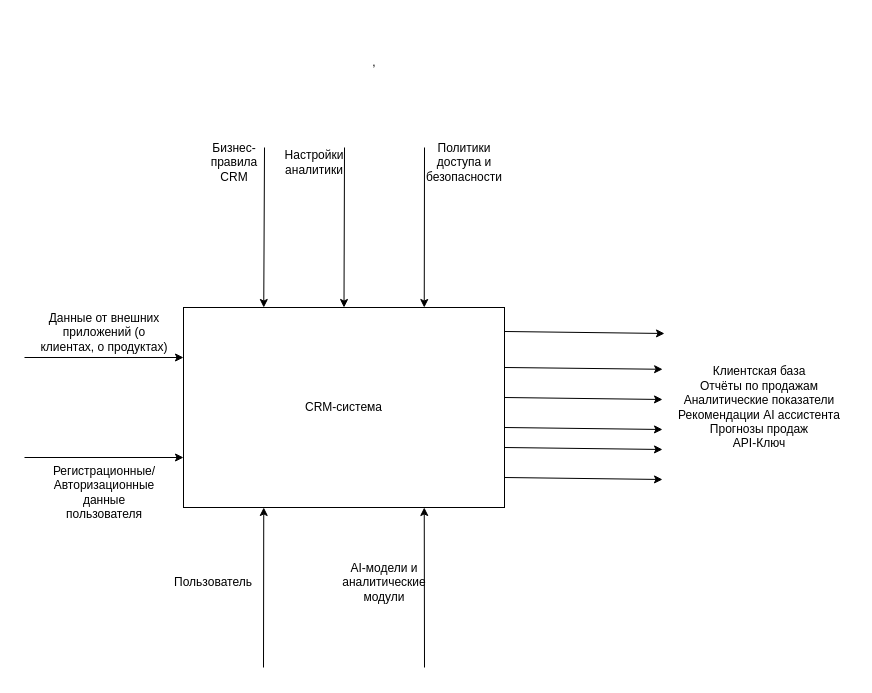
The draw.io diagram docs/src/idef0.drawio in StandartU/ai_crm, before the edit. Source tidied: cells renumbered, new cells numbered last; positions are measured from the earlier drawing's top-left corner, leaving out a move shared by most shapes. Both pictures are drawn from the tidied source at 100%, with x=0, y=0 at pixel (24, 17).
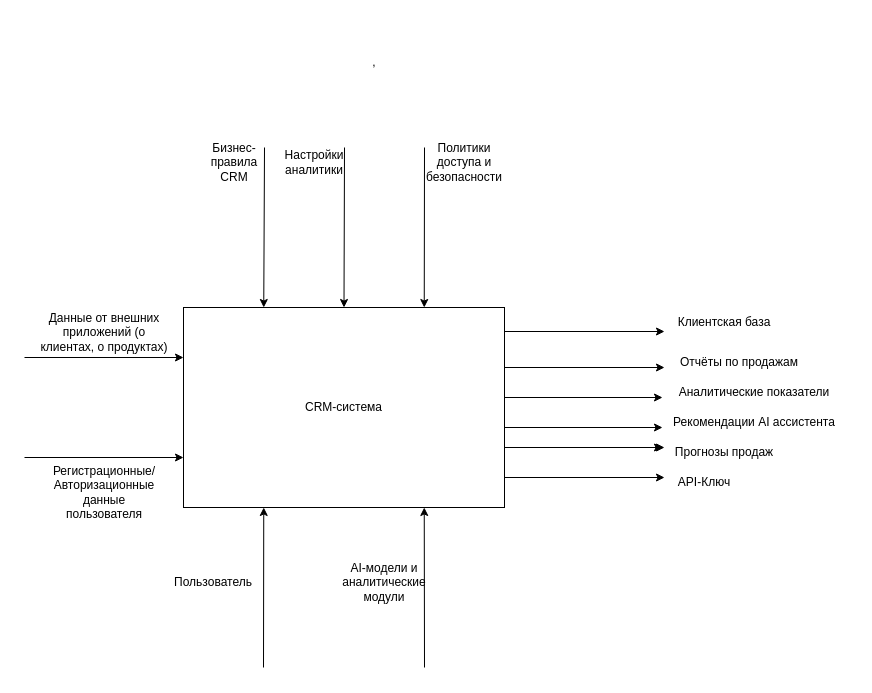
After the change.

What changed in the source:
```diff
@@
-    <mxCell id="5" value="&lt;div&gt;Клиентская база&lt;/div&gt;&lt;div&gt;Отчёты по продажам&lt;/div&gt;&lt;div&gt;Аналитические показатели&lt;/div&gt;&lt;div&gt;Рекомендации AI ассистента&lt;/div&gt;&lt;div&gt;Прогнозы продаж&lt;/div&gt;API-Ключ" style="text;html=1;whiteSpace=wrap;strokeColor=none;fillColor=none;align=center;verticalAlign=middle;rounded=0;" parent="1" vertex="1">
-      <mxGeometry x="650" y="350" width="170" height="80" as="geometry" />
-    </mxCell>
@@
     <mxCell id="19" style="edgeStyle=none;orthogonalLoop=1;jettySize=auto;html=1;rounded=0;exitX=1.006;exitY=0.191;exitDx=0;exitDy=0;exitPerimeter=0;" parent="1" edge="1">
       <mxGeometry relative="1" as="geometry">
         <mxPoint x="480" y="350" as="sourcePoint" />
-        <mxPoint x="638.1" y="351.8" as="targetPoint" />
+        <mxPoint x="640" y="350" as="targetPoint" />
       </mxGeometry>
     </mxCell>
     <mxCell id="20" style="edgeStyle=none;orthogonalLoop=1;jettySize=auto;html=1;rounded=0;exitX=1.006;exitY=0.191;exitDx=0;exitDy=0;exitPerimeter=0;" parent="1" edge="1">
       <mxGeometry relative="1" as="geometry">
         <mxPoint x="480" y="380" as="sourcePoint" />
-        <mxPoint x="638" y="382" as="targetPoint" />
+        <mxPoint x="638" y="380" as="targetPoint" />
       </mxGeometry>
     </mxCell>
     <mxCell id="21" style="edgeStyle=none;orthogonalLoop=1;jettySize=auto;html=1;rounded=0;exitX=1.006;exitY=0.191;exitDx=0;exitDy=0;exitPerimeter=0;" parent="1" edge="1">
       <mxGeometry relative="1" as="geometry">
         <mxPoint x="480" y="430" as="sourcePoint" />
-        <mxPoint x="638" y="432" as="targetPoint" />
+        <mxPoint x="638" y="430" as="targetPoint" />
       </mxGeometry>
     </mxCell>
     <mxCell id="22" style="edgeStyle=none;orthogonalLoop=1;jettySize=auto;html=1;rounded=0;exitX=1.006;exitY=0.191;exitDx=0;exitDy=0;exitPerimeter=0;" parent="1" edge="1">
       <mxGeometry relative="1" as="geometry">
         <mxPoint x="480" y="314" as="sourcePoint" />
-        <mxPoint x="640" y="316" as="targetPoint" />
+        <mxPoint x="640" y="314" as="targetPoint" />
       </mxGeometry>
     </mxCell>
     <mxCell id="23" style="edgeStyle=none;orthogonalLoop=1;jettySize=auto;html=1;rounded=0;exitX=1.006;exitY=0.191;exitDx=0;exitDy=0;exitPerimeter=0;" parent="1" edge="1">
       <mxGeometry relative="1" as="geometry">
         <mxPoint x="480" y="460" as="sourcePoint" />
-        <mxPoint x="638" y="462" as="targetPoint" />
+        <mxPoint x="640" y="460" as="targetPoint" />
       </mxGeometry>
     </mxCell>
     <mxCell id="24" style="edgeStyle=none;orthogonalLoop=1;jettySize=auto;html=1;rounded=0;exitX=1.006;exitY=0.191;exitDx=0;exitDy=0;exitPerimeter=0;" parent="1" edge="1">
       <mxGeometry relative="1" as="geometry">
         <mxPoint x="480" y="410" as="sourcePoint" />
-        <mxPoint x="638" y="412" as="targetPoint" />
+        <mxPoint x="638" y="410" as="targetPoint" />
       </mxGeometry>
     </mxCell>
+    <mxCell id="25" value="Клиентская база" style="text;html=1;whiteSpace=wrap;strokeColor=none;fillColor=none;align=center;verticalAlign=middle;rounded=0;" parent="1" vertex="1">
+      <mxGeometry x="645" y="290" width="110" height="30" as="geometry" />
+    </mxCell>
+    <mxCell id="26" value="Отчёты по продажам" style="text;html=1;whiteSpace=wrap;strokeColor=none;fillColor=none;align=center;verticalAlign=middle;rounded=0;" parent="1" vertex="1">
+      <mxGeometry x="640" y="330" width="150" height="30" as="geometry" />
+    </mxCell>
+    <mxCell id="27" value="Аналитические показатели" style="text;html=1;whiteSpace=wrap;strokeColor=none;fillColor=none;align=center;verticalAlign=middle;rounded=0;" parent="1" vertex="1">
+      <mxGeometry x="630" y="360" width="200" height="30" as="geometry" />
+    </mxCell>
+    <mxCell id="28" value="Рекомендации AI ассистента" style="text;html=1;whiteSpace=wrap;strokeColor=none;fillColor=none;align=center;verticalAlign=middle;rounded=0;" parent="1" vertex="1">
+      <mxGeometry x="645" y="390" width="170" height="30" as="geometry" />
+    </mxCell>
+    <mxCell id="29" value="&lt;div&gt;Прогнозы продаж&lt;/div&gt;" style="text;html=1;whiteSpace=wrap;strokeColor=none;fillColor=none;align=center;verticalAlign=middle;rounded=0;" parent="1" vertex="1">
+      <mxGeometry x="640" y="420" width="120" height="30" as="geometry" />
+    </mxCell>
+    <mxCell id="30" value="API-Ключ" style="text;html=1;whiteSpace=wrap;strokeColor=none;fillColor=none;align=center;verticalAlign=middle;rounded=0;" parent="1" vertex="1">
+      <mxGeometry x="645" y="450" width="70" height="30" as="geometry" />
+    </mxCell>
+    <mxCell id="31" style="edgeStyle=none;orthogonalLoop=1;jettySize=auto;html=1;rounded=0;exitX=1.006;exitY=0.191;exitDx=0;exitDy=0;exitPerimeter=0;" parent="1" edge="1">
+      <mxGeometry relative="1" as="geometry">
+        <mxPoint x="480" y="430" as="sourcePoint" />
+        <mxPoint x="640" y="430" as="targetPoint" />
+      </mxGeometry>
+    </mxCell>
```
